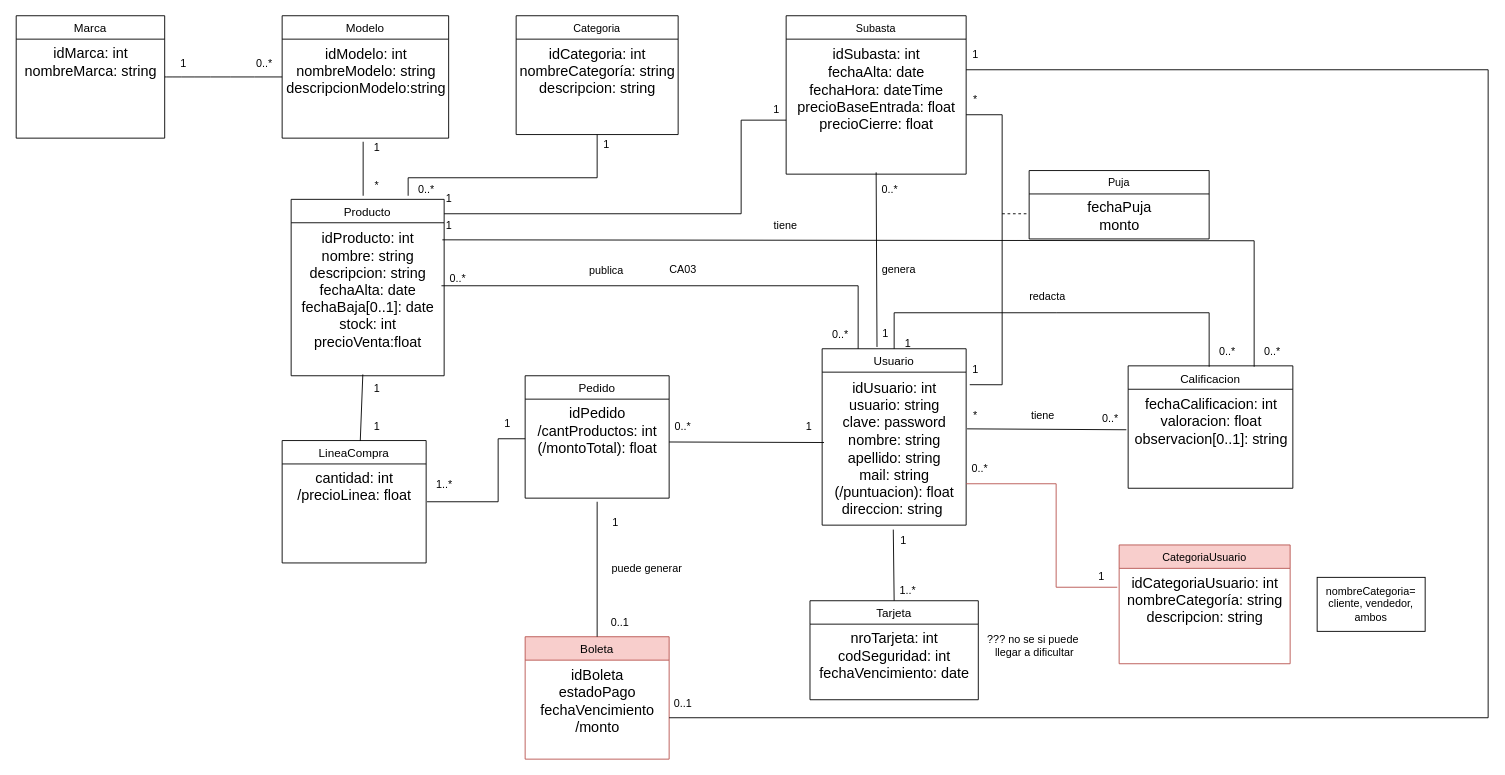
Before: docs/diagramaClasesGit.drawio in BorsatoMilton/CarGarage, a draw.io diagram. Source tidied: cells renumbered, new cells numbered last; positions are measured from the earlier drawing's top-left corner, leaving out a move shared by most shapes. Both pictures are drawn from the tidied source at 90%, with x=0, y=0 at pixel (15, 15).
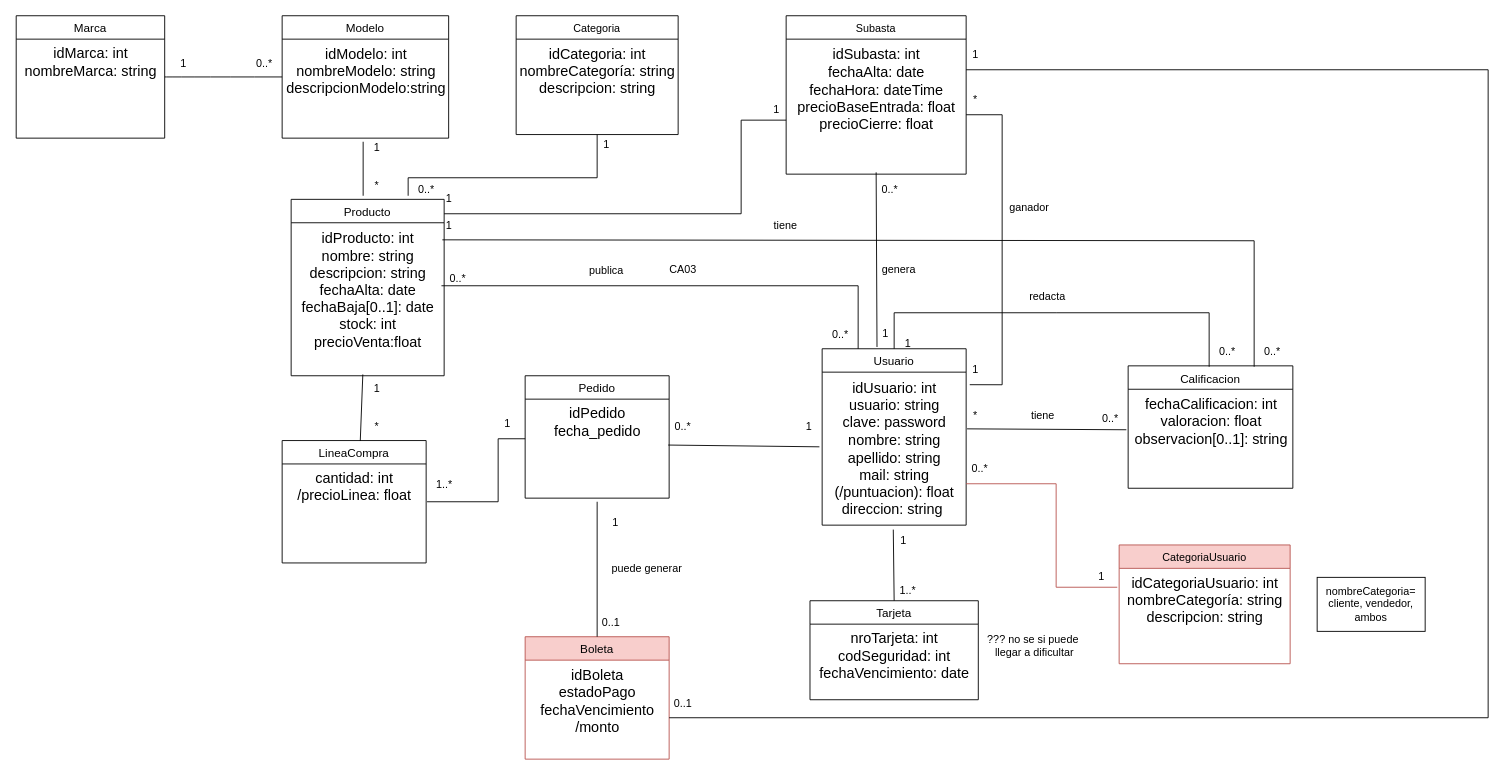
The same page after the edit.

Unchanged cells that the change refers to:
```xml
<mxCell id="3" value="&lt;div&gt;idUsuario: int&lt;/div&gt;usuario: string&lt;div&gt;clave: password&lt;/div&gt;&lt;div&gt;nombre: string&lt;/div&gt;&lt;div&gt;apellido: string&lt;/div&gt;&lt;div&gt;mail: string&lt;/div&gt;&lt;div&gt;(/puntuacion): float&lt;/div&gt;&lt;div&gt;direccion: string&amp;nbsp;&lt;/div&gt;" style="text;html=1;align=center;verticalAlign=middle;points=[];strokeColor=none;fillColor=none;fontSize=16;" parent="2" vertex="1">
  <mxGeometry y="26" width="160" height="170" as="geometry" />
</mxCell>
<mxCell id="23" value="Pedido" style="swimlane;fontStyle=0;align=center;verticalAlign=top;horizontal=1;startSize=26;rounded=0;shadow=0;strokeWidth=1;fontSize=13;" parent="1" vertex="1">
  <mxGeometry x="566" y="400" width="160" height="136" as="geometry" />
</mxCell>
<mxCell id="27" value="0..*" style="text;html=1;align=center;verticalAlign=middle;points=[];strokeColor=none;fillColor=none;rotation=0;" parent="1" vertex="1">
  <mxGeometry x="721" y="442" width="40" height="30" as="geometry" />
</mxCell>
```

Diff of the diagram source:
```diff
@@
-    <mxCell id="24" value="&lt;div&gt;idPedido&lt;/div&gt;&lt;div&gt;/cantProductos: int&lt;/div&gt;&lt;div&gt;(/montoTotal): float&lt;/div&gt;" style="text;html=1;align=center;verticalAlign=middle;points=[];strokeColor=none;fillColor=none;fontSize=16;" parent="23" vertex="1">
-      <mxGeometry y="26" width="160" height="70" as="geometry" />
+    <mxCell id="24" value="idPedido&lt;div&gt;fecha_pedido&lt;/div&gt;" style="text;html=1;align=center;verticalAlign=middle;points=[];strokeColor=none;fillColor=none;fontSize=16;" parent="23" vertex="1">
+      <mxGeometry y="26" width="160" height="50" as="geometry" />
     </mxCell>
-    <mxCell id="25" style="endArrow=none;html=1;rounded=0;exitX=1;exitY=0.68;exitDx=0;exitDy=0;exitPerimeter=0;entryX=0.013;entryY=0.46;entryDx=0;entryDy=0;entryPerimeter=0;" parent="1" edge="1" source="24" target="3">
+    <mxCell id="25" style="endArrow=none;html=1;rounded=0;exitX=0.1;exitY=1.167;exitDx=0;exitDy=0;exitPerimeter=0;entryX=-0.019;entryY=0.488;entryDx=0;entryDy=0;entryPerimeter=0;" parent="1" edge="1" source="27" target="3">
       <mxGeometry relative="1" as="geometry" />
     </mxCell>
@@
-    <mxCell id="34" value="1" style="text;html=1;align=center;verticalAlign=middle;strokeColor=none;fillColor=none;" parent="1" vertex="1">
+    <mxCell id="34" value="*" style="text;html=1;align=center;verticalAlign=middle;strokeColor=none;fillColor=none;" parent="1" vertex="1">
       <mxGeometry x="386" y="442" width="30" height="30" as="geometry" />
     </mxCell>
@@
     <mxCell id="49" value="0..1" style="text;html=1;align=center;verticalAlign=middle;strokeColor=none;fillColor=none;" parent="1" vertex="1">
-      <mxGeometry x="651" y="660" width="40" height="30" as="geometry" />
+      <mxGeometry x="641" y="660" width="40" height="30" as="geometry" />
     </mxCell>
@@
-    <mxCell id="85" value="Puja" style="swimlane;fontStyle=0;align=center;verticalAlign=top;horizontal=1;startSize=26;rounded=0;shadow=0;strokeWidth=1;" parent="1" vertex="1">
-      <mxGeometry x="1126" y="172" width="200" height="76" as="geometry" />
-    </mxCell>
-    <mxCell id="86" value="fechaPuja&lt;div&gt;monto&lt;/div&gt;" style="text;html=1;align=center;verticalAlign=middle;strokeColor=none;fillColor=none;fontSize=16;" parent="85" vertex="1">
-      <mxGeometry y="26" width="200" height="50" as="geometry" />
-    </mxCell>
-    <mxCell id="87" style="endArrow=none;dashed=1;html=1;rounded=0;" parent="1" edge="1">
-      <mxGeometry relative="1" as="geometry">
-        <mxPoint x="1096" y="220" as="sourcePoint" />
-        <mxPoint x="1126" y="220" as="targetPoint" />
-      </mxGeometry>
-    </mxCell>
@@
+    <mxCell id="89" value="ganador" style="text;html=1;align=center;verticalAlign=middle;strokeColor=none;fillColor=none;" parent="1" vertex="1">
+      <mxGeometry x="1091" y="198" width="70" height="30" as="geometry" />
+    </mxCell>
```
